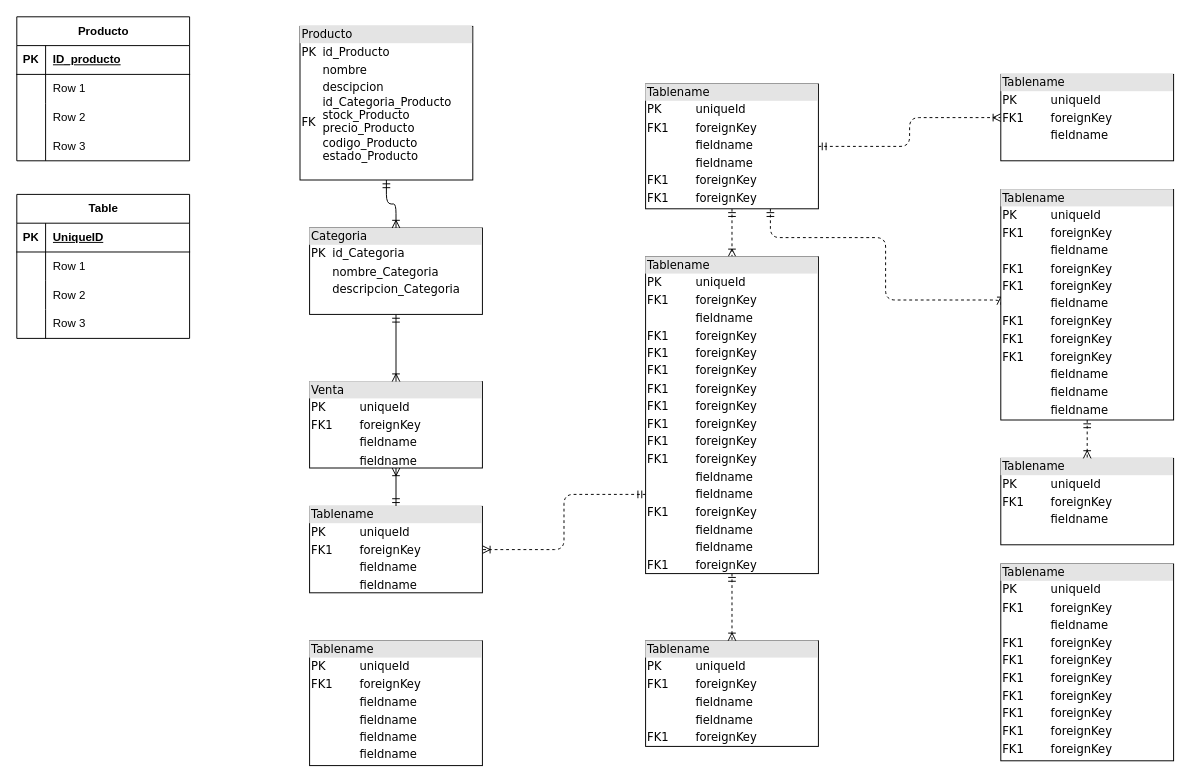
Above: Diagrama sin título.drawio in TechPioneerSV/DiagramaPV (draw.io), before the change. Source tidied: cells renumbered, new cells numbered last; positions are measured from the earlier drawing's top-left corner, leaving out a move shared by most shapes. Both pictures are drawn from the tidied source at 96%, with x=0, y=0 at pixel (16, 16).
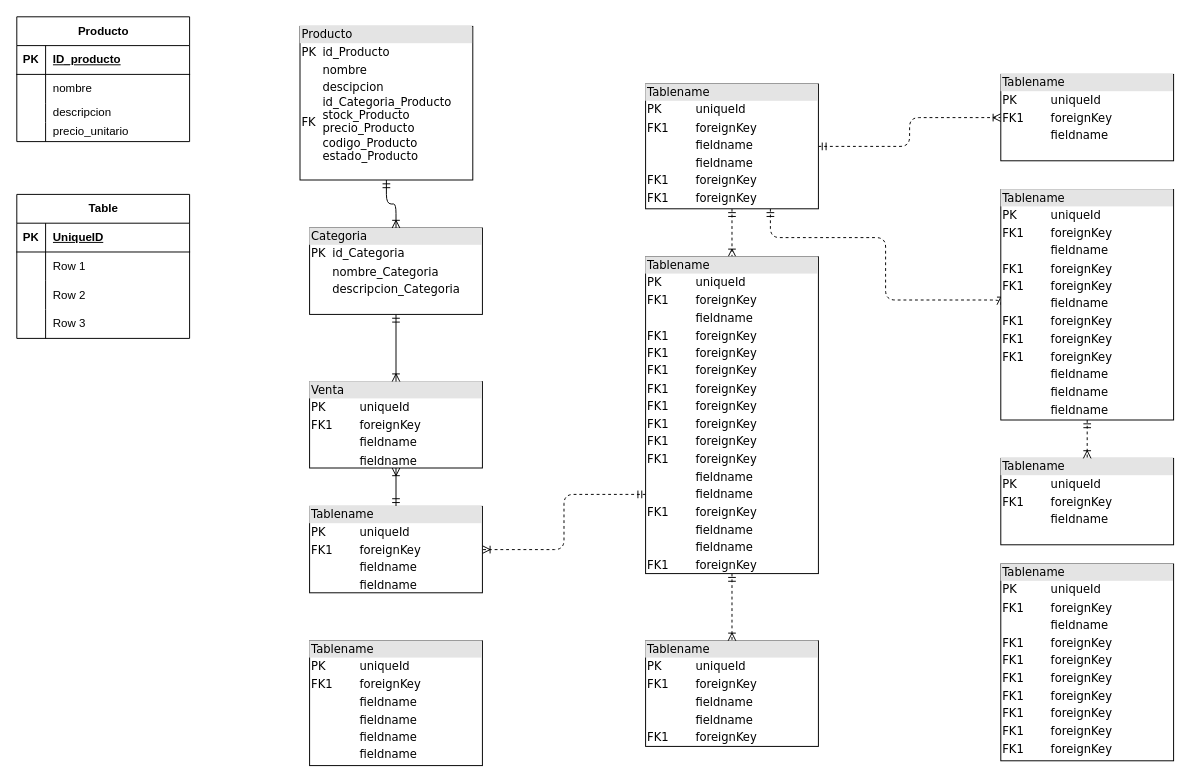
The same diagram, later.

Unchanged cells that the change refers to:
```xml
<mxCell id="27" style="shape=tableRow;horizontal=0;startSize=0;swimlaneHead=0;swimlaneBody=0;fillColor=none;top=0;left=0;right=0;bottom=0;" parent="23" vertex="1">
  <mxGeometry y="60" width="180" height="30" as="geometry" />
</mxCell>
```

Diff of the diagram source:
```diff
@@
     <mxCell id="23" value="Producto" style="shape=table;startSize=30;childLayout=tableLayout;rowLines=0;fontStyle=1;align=center;html=1;" parent="1" vertex="1">
-      <mxGeometry width="180" height="150" as="geometry" />
+      <mxGeometry width="180" height="130" as="geometry" />
     </mxCell>
@@
-    <mxCell id="29" value="Row 1" style="shape=partialRectangle;fillColor=none;top=0;left=0;bottom=0;right=0;align=left;spacingLeft=6;overflow=hidden;whiteSpace=wrap;html=1;" parent="27" vertex="1">
+    <mxCell id="29" value="nombre" style="shape=partialRectangle;fillColor=none;top=0;left=0;bottom=0;right=0;align=left;spacingLeft=6;overflow=hidden;whiteSpace=wrap;html=1;" parent="27" vertex="1">
       <mxGeometry x="30" width="150" height="30" as="geometry" />
     </mxCell>
     <mxCell id="30" style="shape=tableRow;horizontal=0;startSize=0;swimlaneHead=0;swimlaneBody=0;fillColor=none;top=0;left=0;right=0;bottom=0;" parent="23" vertex="1">
-      <mxGeometry y="90" width="180" height="30" as="geometry" />
+      <mxGeometry y="90" width="180" height="20" as="geometry" />
     </mxCell>
     <mxCell id="31" style="shape=partialRectangle;fillColor=none;top=0;left=0;bottom=0;right=0;overflow=hidden;whiteSpace=wrap;html=1;" parent="30" vertex="1">
-      <mxGeometry width="30" height="30" as="geometry" />
+      <mxGeometry width="30" height="20" as="geometry" />
     </mxCell>
-    <mxCell id="32" value="Row 2" style="shape=partialRectangle;fillColor=none;top=0;left=0;bottom=0;right=0;align=left;spacingLeft=6;overflow=hidden;whiteSpace=wrap;html=1;" parent="30" vertex="1">
-      <mxGeometry x="30" width="150" height="30" as="geometry" />
+    <mxCell id="32" value="descripcion&lt;div&gt;&lt;br&gt;&lt;/div&gt;" style="shape=partialRectangle;fillColor=none;top=0;left=0;bottom=0;right=0;align=left;spacingLeft=6;overflow=hidden;whiteSpace=wrap;html=1;" parent="30" vertex="1">
+      <mxGeometry x="30" width="150" height="20" as="geometry" />
     </mxCell>
-    <mxCell id="33" style="shape=tableRow;horizontal=0;startSize=0;swimlaneHead=0;swimlaneBody=0;fillColor=none;top=0;left=0;right=0;bottom=0;" parent="23" vertex="1">
-      <mxGeometry y="120" width="180" height="30" as="geometry" />
-    </mxCell>
-    <mxCell id="34" style="shape=partialRectangle;fillColor=none;top=0;left=0;bottom=0;right=0;overflow=hidden;whiteSpace=wrap;html=1;" parent="33" vertex="1">
-      <mxGeometry width="30" height="30" as="geometry" />
-    </mxCell>
-    <mxCell id="35" value="Row 3" style="shape=partialRectangle;fillColor=none;top=0;left=0;bottom=0;right=0;align=left;spacingLeft=6;overflow=hidden;whiteSpace=wrap;html=1;" parent="33" vertex="1">
-      <mxGeometry x="30" width="150" height="30" as="geometry" />
-    </mxCell>
+    <mxCell id="49" style="shape=tableRow;horizontal=0;startSize=0;swimlaneHead=0;swimlaneBody=0;fillColor=none;top=0;left=0;right=0;bottom=0;" parent="23" vertex="1">
+      <mxGeometry y="110" width="180" height="20" as="geometry" />
+    </mxCell>
+    <mxCell id="50" style="shape=partialRectangle;fillColor=none;top=0;left=0;bottom=0;right=0;overflow=hidden;whiteSpace=wrap;html=1;" parent="49" vertex="1">
+      <mxGeometry width="30" height="20" as="geometry" />
+    </mxCell>
+    <mxCell id="51" value="precio_unitario" style="shape=partialRectangle;fillColor=none;top=0;left=0;bottom=0;right=0;align=left;spacingLeft=6;overflow=hidden;whiteSpace=wrap;html=1;" parent="49" vertex="1">
+      <mxGeometry x="30" width="150" height="20" as="geometry" />
+    </mxCell>
```
